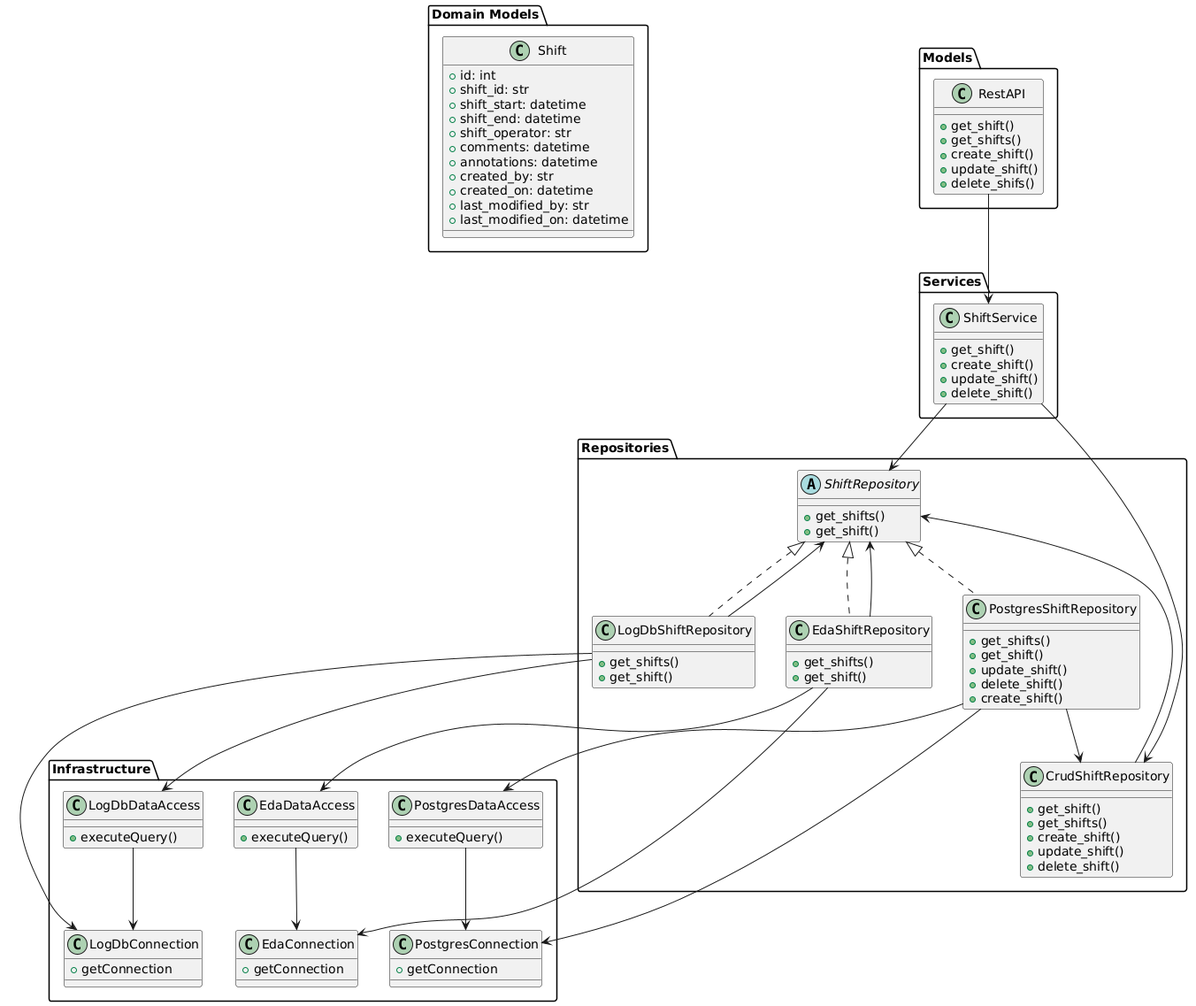
Before: docs/src/deveoper/slt.png, a diagram exported from PlantUML (ska-telescope/ska-oso-slt-services). Source of this version:
```plantuml
@startuml
package "Domain Models" {
    class Shift {
        + id: int
        + shift_id: str
        + shift_start: datetime
        + shift_end: datetime
        + shift_operator: str
        + comments: datetime
        + annotations: datetime
        + created_by: str
        + created_on: datetime
        + last_modified_by: str
        + last_modified_on: datetime
    }
}

package "Repositories"{
    abstract ShiftRepository{
        + get_shifts()
        + get_shift()
    }
}


package "Repositories" {
    class CrudShiftRepository {
        + get_shift()
        + get_shifts()
        + create_shift()
        + update_shift()
        + delete_shift()
    }

    class LogDbShiftRepository {
        + get_shifts()
        + get_shift()
    }

    class EdaShiftRepository {
        + get_shifts()
        + get_shift()
    }

    class PostgresShiftRepository{
        + get_shifts()
        + get_shift()
        + update_shift()
        + delete_shift()
        + create_shift()
    }
}

package "Models" {
    class RestAPI{
    + get_shift()
    + get_shifts()
    + create_shift()
    + update_shift()
    + delete_shifs()
    }
}

package "Services" {
    class ShiftService {
        + get_shift()
        + create_shift()
        + update_shift()
        + delete_shift()
    }
}

package "Infrastructure" {
    class PostgresDataAccess {
        + executeQuery()
    }
    class PostgresConnection {
        + getConnection
    }
    class LogDbConnection {
        + getConnection
    }
    class LogDbDataAccess {
        + executeQuery()
    }

    class EdaConnection {
        + getConnection
    }
    class EdaDataAccess {
        + executeQuery()
    }
}

RestAPI --> ShiftService
ShiftService --> ShiftRepository
ShiftService --> CrudShiftRepository
CrudShiftRepository --> ShiftRepository
PostgresShiftRepository --> CrudShiftRepository
EdaShiftRepository --> ShiftRepository
LogDbShiftRepository --> ShiftRepository

EdaShiftRepository --> EdaDataAccess
LogDbShiftRepository --> LogDbDataAccess
PostgresShiftRepository --> PostgresDataAccess

ShiftRepository <|.. PostgresShiftRepository
ShiftRepository <|.. LogDbShiftRepository
ShiftRepository <|.. EdaShiftRepository

PostgresShiftRepository --> PostgresConnection
LogDbShiftRepository --> LogDbConnection
EdaShiftRepository --> EdaConnection

PostgresDataAccess --> PostgresConnection
LogDbDataAccess --> LogDbConnection
EdaDataAccess --> EdaConnection
@enduml
```
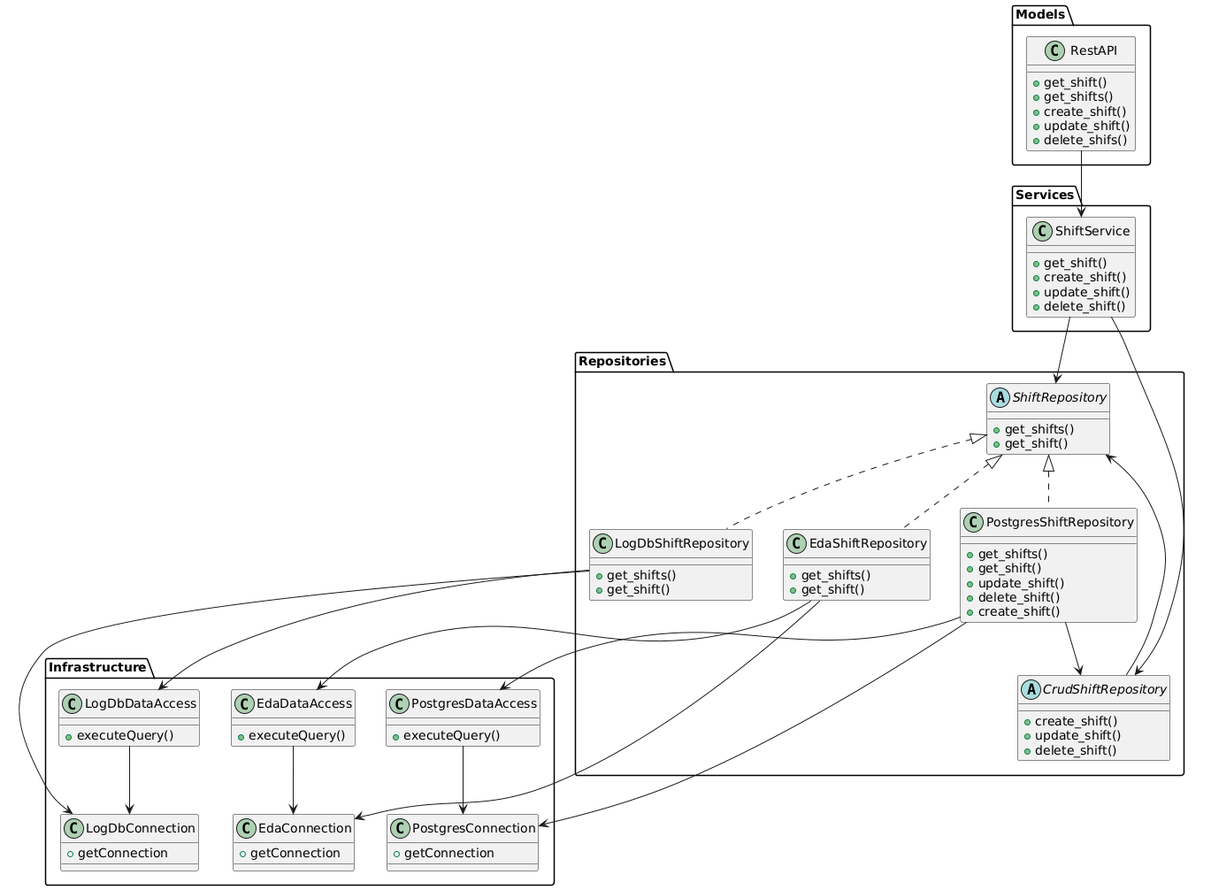
Above is the later version.

The edit, as a diff of the source:
```diff
@@ -1,20 +1,4 @@
 @startuml
-package "Domain Models" {
-    class Shift {
-        + id: int
-        + shift_id: str
-        + shift_start: datetime
-        + shift_end: datetime
-        + shift_operator: str
-        + comments: datetime
-        + annotations: datetime
-        + created_by: str
-        + created_on: datetime
-        + last_modified_by: str
-        + last_modified_on: datetime
-    }
-}
-
 package "Repositories"{
     abstract ShiftRepository{
         + get_shifts()
@@ -24,9 +8,7 @@
 
 
 package "Repositories" {
-    class CrudShiftRepository {
-        + get_shift()
-        + get_shifts()
+    abstract CrudShiftRepository {
         + create_shift()
         + update_shift()
         + delete_shift()
@@ -97,8 +79,7 @@
 ShiftService --> CrudShiftRepository
 CrudShiftRepository --> ShiftRepository
 PostgresShiftRepository --> CrudShiftRepository
-EdaShiftRepository --> ShiftRepository
-LogDbShiftRepository --> ShiftRepository
+
 
 EdaShiftRepository --> EdaDataAccess
 LogDbShiftRepository --> LogDbDataAccess
```
